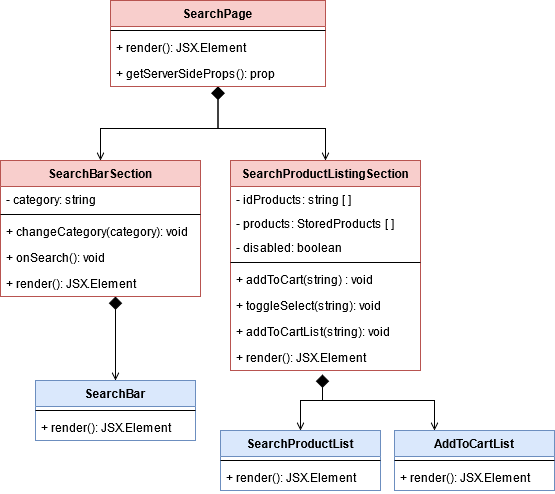
Earlier version of the draw.io export DocumentazioneEsterna/DeveloperManual/res/Architettura/Frontend/img/search.png (Omicron-Team/Documentazione). Source tidied: cells renumbered, new cells last; positions are measured from the earlier drawing's top-left corner, leaving out a move shared by most shapes.
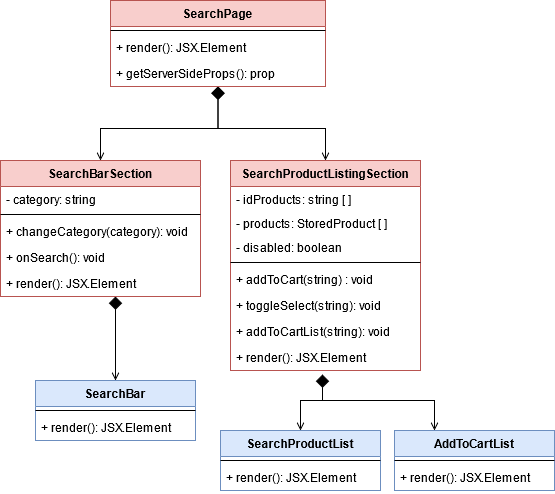
Later version of the same file.

What changed in the source:
```diff
@@ -69,7 +69,7 @@
     <mxCell id="18" value="- idProducts: string [ ]" style="text;strokeColor=none;fillColor=none;align=left;verticalAlign=top;spacingLeft=4;spacingRight=4;overflow=hidden;" parent="17" vertex="1">
       <mxGeometry y="26" width="190" height="24" as="geometry" />
     </mxCell>
-    <mxCell id="19" value="- products: StoredProducts [ ]" style="text;strokeColor=none;fillColor=none;align=left;verticalAlign=top;spacingLeft=4;spacingRight=4;overflow=hidden;" parent="17" vertex="1">
+    <mxCell id="19" value="- products: StoredProduct [ ]" style="text;strokeColor=none;fillColor=none;align=left;verticalAlign=top;spacingLeft=4;spacingRight=4;overflow=hidden;" parent="17" vertex="1">
       <mxGeometry y="50" width="190" height="24" as="geometry" />
     </mxCell>
     <mxCell id="20" value="- disabled: boolean" style="text;strokeColor=none;fillColor=none;align=left;verticalAlign=top;spacingLeft=4;spacingRight=4;overflow=hidden;" parent="17" vertex="1">
```
